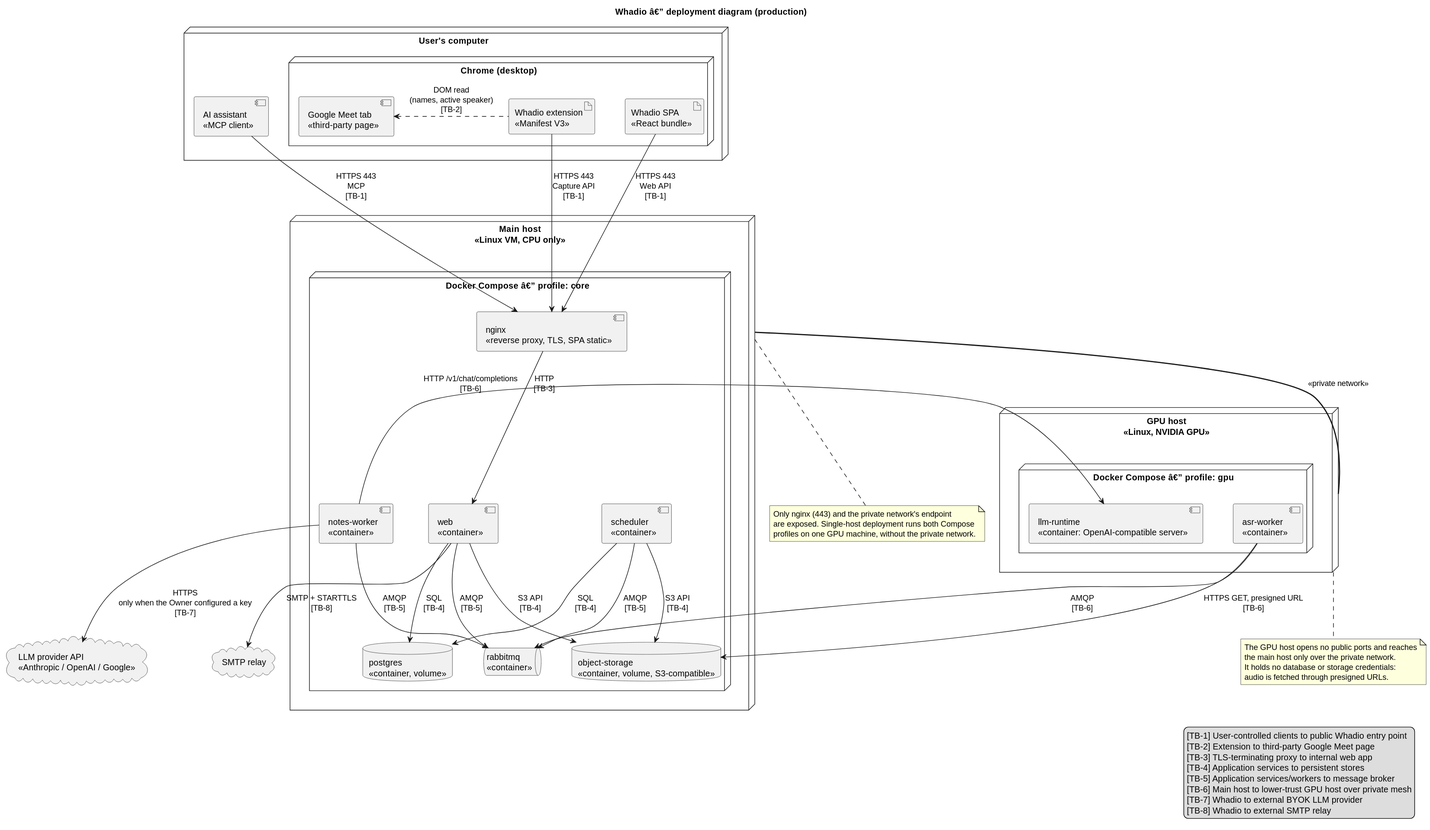
The PlantUML diagram docs/architecture/uml/deployment-diagram.svg in ukma-fin-ssdm-2026/Whadio, before a commit.
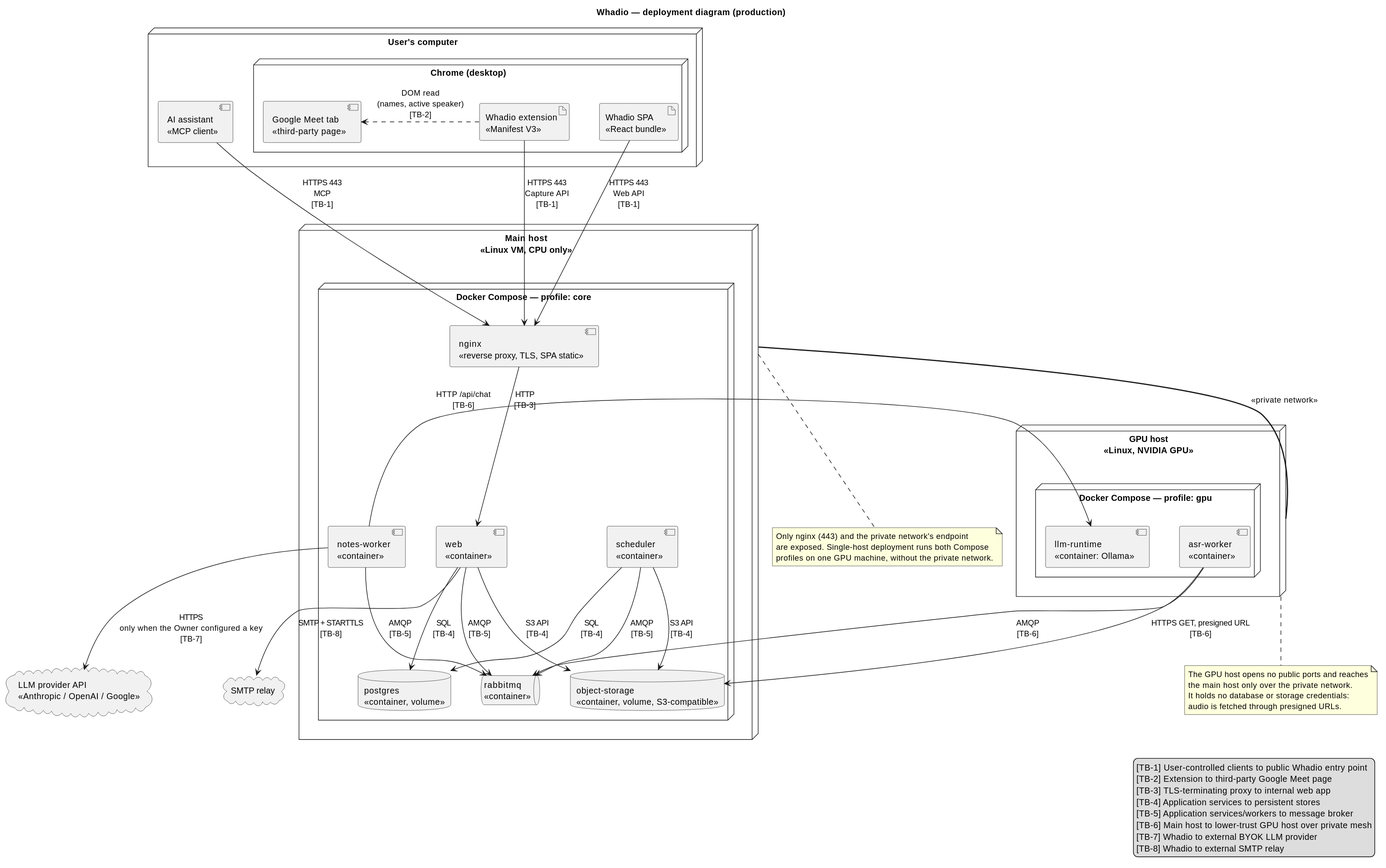
Above is the later version.

Commit message:
docs(#86): show Ollama as the LLM runtime in the design and diagrams

Diff of the diagram source:
```diff
@@ -1,5 +1,5 @@
 @startuml
-title Whadio â€” deployment diagram (production)
+title Whadio — deployment diagram (production)
 
 skinparam nodesep 50
 skinparam ranksep 70
@@ -14,7 +14,7 @@
 }
 
 node "Main host\n<<Linux VM, CPU only>>" as main {
-  node "Docker Compose â€” profile: core" as composeCore {
+  node "Docker Compose — profile: core" as composeCore {
     component "nginx\n<<reverse proxy, TLS, SPA static>>" as nginx
     component "web\n<<container>>" as web
     component "scheduler\n<<container>>" as scheduler
@@ -26,9 +26,9 @@
 }
 
 node "GPU host\n<<Linux, NVIDIA GPU>>" as gpu {
-  node "Docker Compose â€” profile: gpu" as composeGpu {
+  node "Docker Compose — profile: gpu" as composeGpu {
     component "asr-worker\n<<container>>" as asrWorker
-    component "llm-runtime\n<<container: OpenAI-compatible server>>" as llm
+    component "llm-runtime\n<<container: Ollama>>" as llm
   }
 }
 
@@ -52,7 +52,7 @@
 gpu == main : <<private network>>
 asrWorker --> mq : AMQP\n[TB-6]
 asrWorker --> store : HTTPS GET, presigned URL\n[TB-6]
-notesWorker --> llm : HTTP /v1/chat/completions\n[TB-6]
+notesWorker --> llm : HTTP /api/chat\n[TB-6]
 
 notesWorker --> provider : HTTPS\nonly when the Owner configured a key\n[TB-7]
 web --> smtp : SMTP + STARTTLS\n[TB-8]
```
